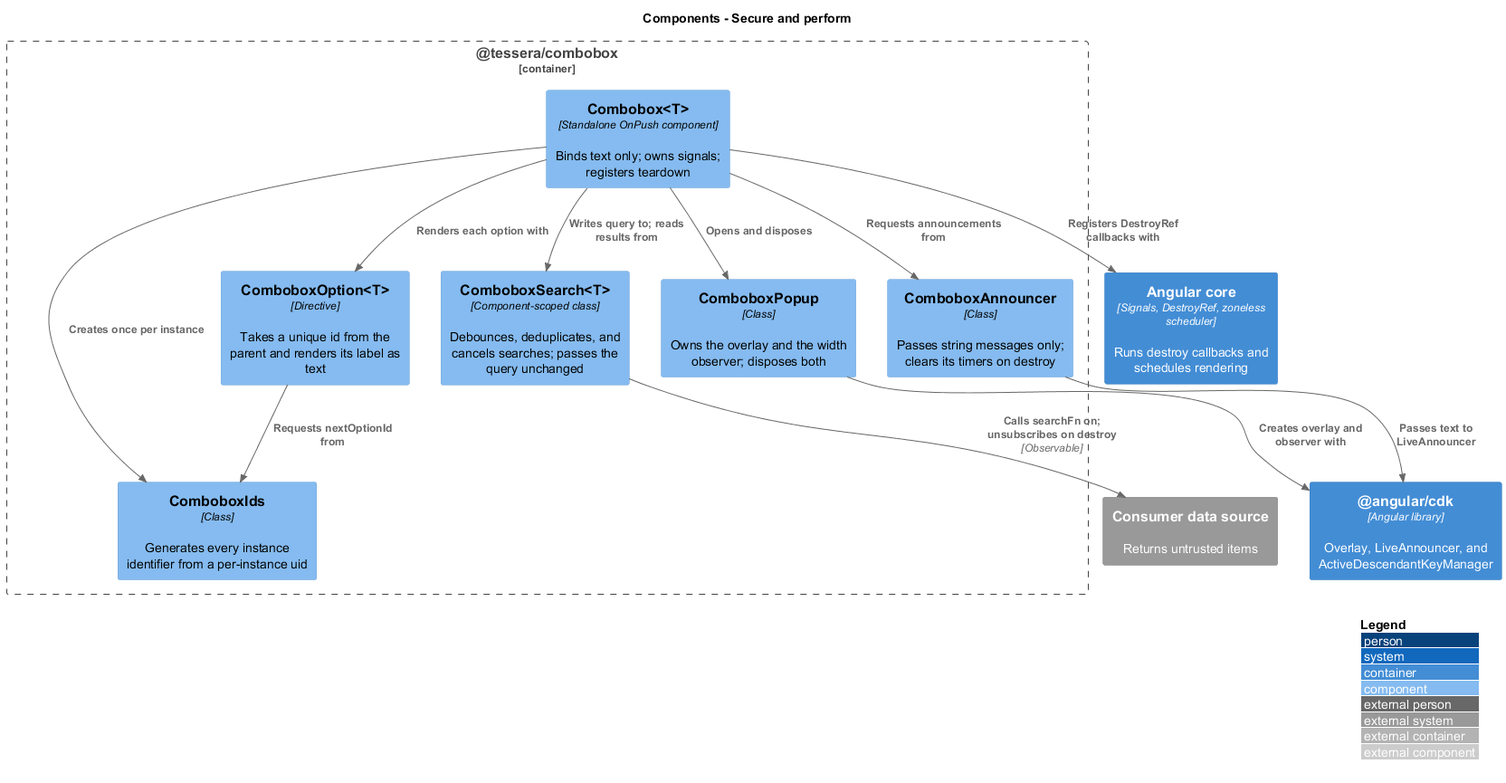
This is docs/detailed-designs/combobox/secure-and-perform/diagrams/c4-component.png from QuinntyneBrown/Tessera, a PlantUML export, as it was before one commit. Source of this version:
```plantuml
@startuml
!include <C4/C4_Component>
LAYOUT_WITH_LEGEND()
title Components - Secure and perform

System_Ext(source, "Consumer data source", "Returns untrusted items")
Container(core, "Angular core", "Signals, DestroyRef, zoneless scheduler", "Runs destroy callbacks and schedules rendering")
Container(cdk, "@angular/cdk", "Angular library", "Overlay, LiveAnnouncer, and ActiveDescendantKeyManager")
Container_Boundary(pkg, "@tessera/combobox") {
  Component(cb, "Combobox<T>", "Standalone OnPush component", "Binds text only; owns signals; registers teardown")
  Component(ids, "ComboboxIds", "Class", "Generates every instance identifier from a per-instance uid")
  Component(search, "ComboboxSearch<T>", "Component-scoped class", "Debounces, deduplicates, and cancels searches; passes the query unchanged")
  Component(opt, "ComboboxOption<T>", "Directive", "Takes a unique id from the parent and renders its label as text")
  Component(popup, "ComboboxPopup", "Class", "Owns the overlay and the width observer; disposes both")
  Component(ann, "ComboboxAnnouncer", "Class", "Passes string messages only; clears its timers on destroy")
}
Rel(cb, ids, "Creates once per instance")
Rel(cb, search, "Writes query to; reads results from")
Rel(search, source, "Calls searchFn on; unsubscribes on destroy", "Observable")
Rel(cb, opt, "Renders each option with")
Rel(opt, ids, "Requests nextOptionId from")
Rel(cb, popup, "Opens and disposes")
Rel(popup, cdk, "Creates overlay and observer with")
Rel(cb, ann, "Requests announcements from")
Rel(ann, cdk, "Passes text to LiveAnnouncer")
Rel(cb, core, "Registers DestroyRef callbacks with")
@enduml
```
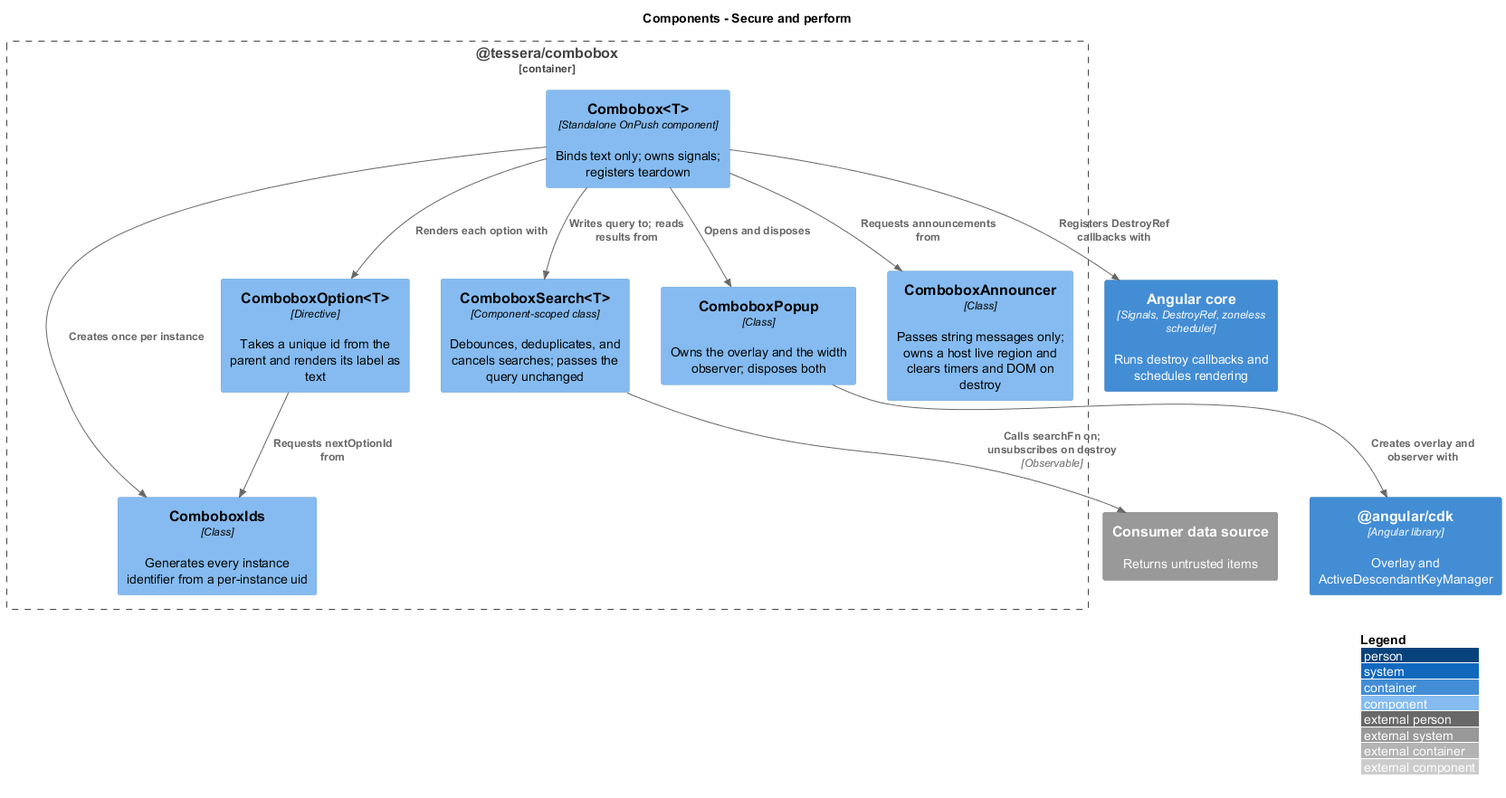
The same diagram one commit later.

Change to the diagram source:
```diff
@@ -5,14 +5,14 @@
 
 System_Ext(source, "Consumer data source", "Returns untrusted items")
 Container(core, "Angular core", "Signals, DestroyRef, zoneless scheduler", "Runs destroy callbacks and schedules rendering")
-Container(cdk, "@angular/cdk", "Angular library", "Overlay, LiveAnnouncer, and ActiveDescendantKeyManager")
+Container(cdk, "@angular/cdk", "Angular library", "Overlay and ActiveDescendantKeyManager")
 Container_Boundary(pkg, "@tessera/combobox") {
   Component(cb, "Combobox<T>", "Standalone OnPush component", "Binds text only; owns signals; registers teardown")
   Component(ids, "ComboboxIds", "Class", "Generates every instance identifier from a per-instance uid")
   Component(search, "ComboboxSearch<T>", "Component-scoped class", "Debounces, deduplicates, and cancels searches; passes the query unchanged")
   Component(opt, "ComboboxOption<T>", "Directive", "Takes a unique id from the parent and renders its label as text")
   Component(popup, "ComboboxPopup", "Class", "Owns the overlay and the width observer; disposes both")
-  Component(ann, "ComboboxAnnouncer", "Class", "Passes string messages only; clears its timers on destroy")
+  Component(ann, "ComboboxAnnouncer", "Class", "Passes string messages only; owns a host live region and clears timers and DOM on destroy")
 }
 Rel(cb, ids, "Creates once per instance")
 Rel(cb, search, "Writes query to; reads results from")
@@ -22,6 +22,5 @@
 Rel(cb, popup, "Opens and disposes")
 Rel(popup, cdk, "Creates overlay and observer with")
 Rel(cb, ann, "Requests announcements from")
-Rel(ann, cdk, "Passes text to LiveAnnouncer")
 Rel(cb, core, "Registers DestroyRef callbacks with")
 @enduml
```
